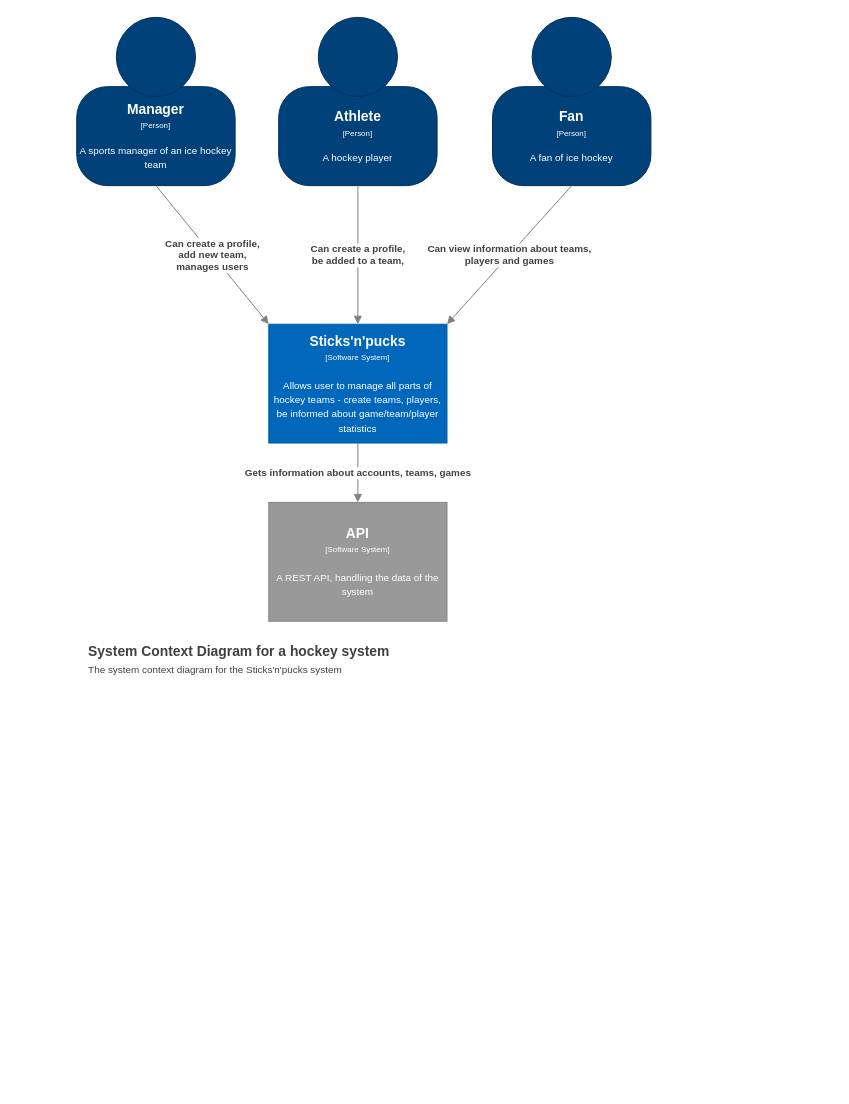
Before: page "Level 1: System Context diagram" (2 of 4) of Untitled Diagram.drawio in karinakozarova/Sticks-n-pucks-C4, a draw.io diagram. Source tidied: cells renumbered, new cells numbered last; positions are measured from the earlier drawing's top-left corner, leaving out a move shared by most shapes. Both pictures are drawn from the tidied source at 99%, with x=0, y=0 at pixel (76, 17).
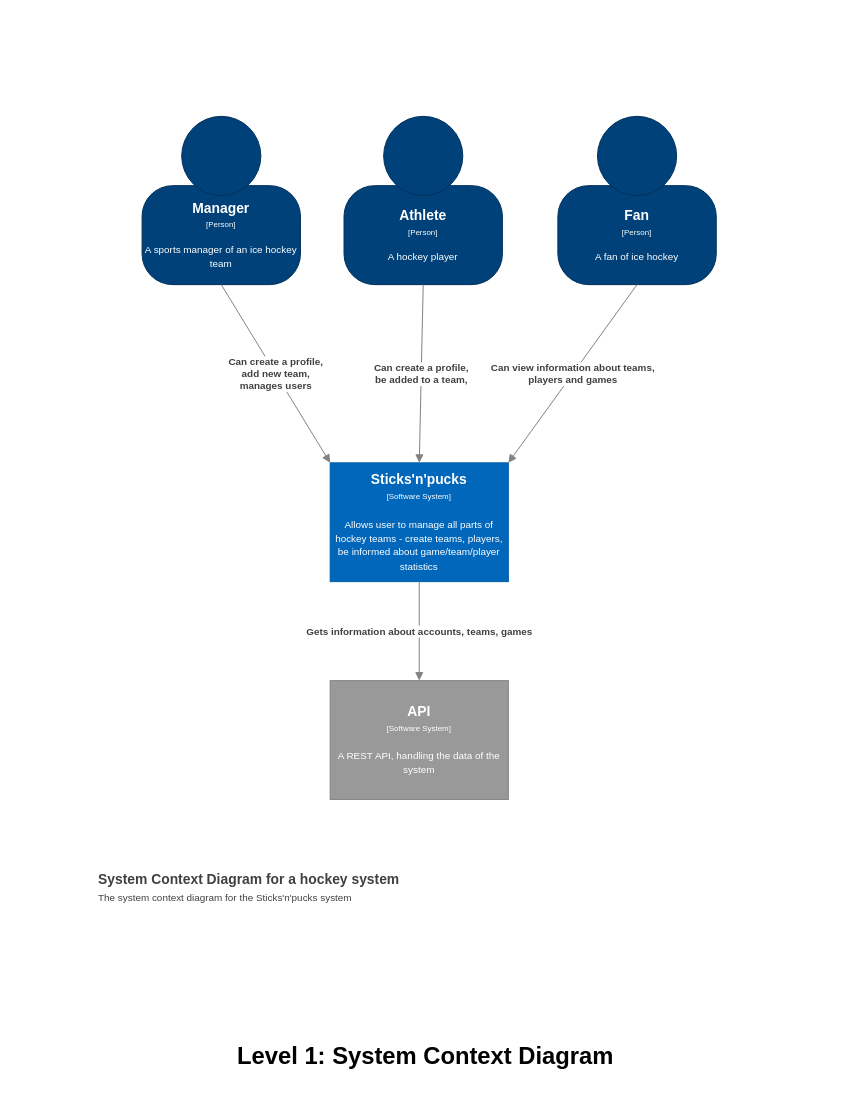
After the change.

The edit, as a diff of the source:
```diff
@@
 <mxGraphModel>
   <root>
     <mxCell id="0" />
     <mxCell id="1" parent="0" />
     <mxCell id="2" style="group;" parent="1" vertex="1">
-      <mxGeometry x="420" width="160" height="170" as="geometry" />
+      <mxGeometry x="486" y="100" width="160" height="170" as="geometry" />
     </mxCell>
     <mxCell id="3" value="&lt;div style=&quot;color: rgb(255 , 255 , 255) ; white-space: normal&quot;&gt;&lt;span style=&quot;font-size: 14px&quot;&gt;&lt;b&gt;Fan&lt;/b&gt;&lt;/span&gt;&lt;/div&gt;&lt;div style=&quot;color: rgb(255 , 255 , 255) ; white-space: normal&quot;&gt;&lt;span style=&quot;font-size: 8px&quot;&gt;[Person]&lt;/span&gt;&lt;br&gt;&lt;/div&gt;&lt;div style=&quot;color: rgb(255 , 255 , 255) ; white-space: normal ; font-size: 8px&quot;&gt;&lt;span style=&quot;font-size: x-small&quot;&gt;&lt;br&gt;&lt;/span&gt;&lt;/div&gt;&lt;div style=&quot;color: rgb(255 , 255 , 255) ; white-space: normal&quot;&gt;&lt;font size=&quot;1&quot;&gt;A fan of ice hockey&lt;/font&gt;&lt;/div&gt;" style="rounded=1;whiteSpace=wrap;html=1;strokeColor=#00315C;fillColor=#004179;fontColor=#000000;arcSize=31;" parent="2" vertex="1">
       <mxGeometry y="70" width="160" height="100" as="geometry" />
     </mxCell>
     <mxCell id="4" style="ellipse;whiteSpace=wrap;html=1;strokeColor=#00315C;fillColor=#004179;fontColor=#000000;" parent="2" vertex="1">
       <mxGeometry x="40" width="80" height="80" as="geometry" />
     </mxCell>
     <mxCell id="5" style="group;" parent="1" vertex="1">
-      <mxGeometry width="160" height="170" as="geometry" />
+      <mxGeometry x="66" y="100" width="160" height="170" as="geometry" />
     </mxCell>
     <mxCell id="6" value="&lt;div style=&quot;color: rgb(255 , 255 , 255) ; white-space: normal&quot;&gt;&lt;span style=&quot;font-size: 14px&quot;&gt;&lt;b&gt;Manager&lt;/b&gt;&lt;/span&gt;&lt;/div&gt;&lt;div style=&quot;color: rgb(255 , 255 , 255) ; white-space: normal&quot;&gt;&lt;span style=&quot;font-size: 8px&quot;&gt;[Person]&lt;/span&gt;&lt;br&gt;&lt;/div&gt;&lt;div style=&quot;color: rgb(255 , 255 , 255) ; white-space: normal ; font-size: 8px&quot;&gt;&lt;span style=&quot;font-size: x-small&quot;&gt;&lt;br&gt;&lt;/span&gt;&lt;/div&gt;&lt;div style=&quot;color: rgb(255 , 255 , 255) ; white-space: normal&quot;&gt;&lt;font size=&quot;1&quot;&gt;A sports manager of an ice hockey team&lt;/font&gt;&lt;/div&gt;" style="rounded=1;whiteSpace=wrap;html=1;strokeColor=#00315C;fillColor=#004179;fontColor=#000000;arcSize=31;" parent="5" vertex="1">
       <mxGeometry y="70" width="160" height="100" as="geometry" />
     </mxCell>
     <mxCell id="7" style="ellipse;whiteSpace=wrap;html=1;strokeColor=#00315C;fillColor=#004179;fontColor=#000000;" parent="5" vertex="1">
       <mxGeometry x="40" width="80" height="80" as="geometry" />
     </mxCell>
     <mxCell id="8" style="group;" parent="1" vertex="1">
-      <mxGeometry x="204" width="160" height="170" as="geometry" />
+      <mxGeometry x="270" y="100" width="160" height="170" as="geometry" />
     </mxCell>
     <mxCell id="9" value="&lt;div style=&quot;color: rgb(255 , 255 , 255) ; white-space: normal&quot;&gt;&lt;span style=&quot;font-size: 14px&quot;&gt;&lt;b&gt;Athlete&lt;/b&gt;&lt;/span&gt;&lt;/div&gt;&lt;div style=&quot;color: rgb(255 , 255 , 255) ; white-space: normal&quot;&gt;&lt;span style=&quot;font-size: 8px&quot;&gt;[Person]&lt;/span&gt;&lt;br&gt;&lt;/div&gt;&lt;div style=&quot;color: rgb(255 , 255 , 255) ; white-space: normal ; font-size: 8px&quot;&gt;&lt;span style=&quot;font-size: x-small&quot;&gt;&lt;br&gt;&lt;/span&gt;&lt;/div&gt;&lt;div style=&quot;color: rgb(255 , 255 , 255) ; white-space: normal&quot;&gt;&lt;font size=&quot;1&quot;&gt;A hockey player&lt;/font&gt;&lt;/div&gt;" style="rounded=1;whiteSpace=wrap;html=1;strokeColor=#00315C;fillColor=#004179;fontColor=#000000;arcSize=31;" parent="8" vertex="1">
       <mxGeometry y="70" width="160" height="100" as="geometry" />
     </mxCell>
     <mxCell id="10" style="ellipse;whiteSpace=wrap;html=1;strokeColor=#00315C;fillColor=#004179;fontColor=#000000;" parent="8" vertex="1">
       <mxGeometry x="40" width="80" height="80" as="geometry" />
     </mxCell>
     <mxCell id="11" value="&lt;div&gt;&lt;span style=&quot;font-size: 14px&quot;&gt;&lt;b&gt;Sticks'n'pucks&lt;/b&gt;&lt;/span&gt;&lt;/div&gt;&lt;div&gt;&lt;span style=&quot;font-size: 8px&quot;&gt;[Software System]&lt;/span&gt;&lt;br&gt;&lt;/div&gt;&lt;div&gt;&lt;span style=&quot;font-size: 8px&quot;&gt;&lt;br&gt;&lt;/span&gt;&lt;/div&gt;&lt;div&gt;&lt;font size=&quot;1&quot;&gt;Allows user to manage all parts of hockey teams - create teams, players, be informed about game/team/player statistics&lt;/font&gt;&lt;/div&gt;" style="rounded=0;whiteSpace=wrap;html=1;fillColor=#0067BA;fontColor=#FFFFFF;strokeColor=#005DA8;" parent="1" vertex="1">
-      <mxGeometry x="194" y="310" width="180" height="120" as="geometry" />
+      <mxGeometry x="256" y="450" width="180" height="120" as="geometry" />
     </mxCell>
     <mxCell id="12" value="&lt;div&gt;&lt;span style=&quot;font-size: 14px&quot;&gt;&lt;b&gt;API&lt;/b&gt;&lt;/span&gt;&lt;/div&gt;&lt;div&gt;&lt;span style=&quot;font-size: 8px&quot;&gt;[Software System&lt;/span&gt;&lt;span style=&quot;font-size: 8px&quot;&gt;]&lt;/span&gt;&lt;br&gt;&lt;/div&gt;&lt;div&gt;&lt;span style=&quot;font-size: 8px&quot;&gt;&lt;br&gt;&lt;/span&gt;&lt;/div&gt;&lt;div&gt;&lt;font size=&quot;1&quot;&gt;A REST API, handling the data of the system&lt;/font&gt;&lt;/div&gt;" style="rounded=0;whiteSpace=wrap;html=1;fillColor=#999999;fontColor=#FFFFFF;strokeColor=#828282;" parent="1" vertex="1">
-      <mxGeometry x="194" y="490" width="180" height="120" as="geometry" />
+      <mxGeometry x="256" y="670" width="180" height="120" as="geometry" />
     </mxCell>
     <mxCell id="13" value="System Context Diagram for a hockey system&lt;br&gt;&lt;span style=&quot;font-size: x-small ; font-weight: 400&quot;&gt;The system context diagram for the Sticks'n'pucks system&amp;nbsp;&lt;br&gt;&lt;br&gt;&lt;/span&gt;" style="text;html=1;align=left;verticalAlign=top;spacingTop=-4;fontSize=14;fontColor=#404040;fontStyle=1;" parent="1" vertex="1">
-      <mxGeometry x="10" y="630" width="320" height="50" as="geometry" />
+      <mxGeometry x="20" y="860" width="320" height="50" as="geometry" />
     </mxCell>
     <mxCell id="14" value="&lt;span style=&quot;font-size: 10px&quot;&gt;&lt;b&gt;Can view information about teams, &lt;br&gt;players and games&lt;/b&gt;&lt;br&gt;&lt;/span&gt;" style="endArrow=block;html=1;fontSize=10;fontColor=#404040;strokeWidth=1;endFill=1;strokeColor=#828282;elbow=vertical;exitX=0.5;exitY=1;exitDx=0;exitDy=0;entryX=1;entryY=0;entryDx=0;entryDy=0;" parent="1" edge="1" source="3" target="11">
       <mxGeometry relative="1" as="geometry" />
     </mxCell>
     <mxCell id="15" value="&lt;b&gt;Gets information about accounts, teams, games&lt;/b&gt;&lt;span style=&quot;font-size: 10px&quot;&gt;&lt;br&gt;&lt;/span&gt;" style="endArrow=block;html=1;fontSize=10;fontColor=#404040;strokeWidth=1;endFill=1;strokeColor=#828282;elbow=vertical;entryX=0.5;entryY=0;entryDx=0;entryDy=0;exitX=0.5;exitY=1;exitDx=0;exitDy=0;" parent="1" edge="1" source="11" target="12">
       <mxGeometry relative="1" as="geometry" />
     </mxCell>
     <mxCell id="16" value="&lt;span style=&quot;font-size: 10px&quot;&gt;&lt;b&gt;Can create a profile,&lt;br&gt;add new team,&lt;br&gt;manages users&lt;/b&gt;&lt;br&gt;&lt;/span&gt;" style="endArrow=block;html=1;fontSize=10;fontColor=#404040;strokeWidth=1;endFill=1;strokeColor=#828282;elbow=vertical;exitX=0.5;exitY=1;exitDx=0;exitDy=0;entryX=0;entryY=0;entryDx=0;entryDy=0;" parent="1" edge="1" source="6" target="11">
       <mxGeometry relative="1" as="geometry" />
     </mxCell>
     <mxCell id="17" value="&lt;b&gt;Can create a profile,&lt;br&gt;be added to a team,&lt;/b&gt;&lt;span style=&quot;font-size: 10px&quot;&gt;&lt;br&gt;&lt;/span&gt;" style="endArrow=block;html=1;fontSize=10;fontColor=#404040;strokeWidth=1;endFill=1;strokeColor=#828282;elbow=vertical;exitX=0.5;exitY=1;exitDx=0;exitDy=0;entryX=0.5;entryY=0;entryDx=0;entryDy=0;" parent="1" edge="1" source="9" target="11">
       <mxGeometry relative="1" as="geometry" />
     </mxCell>
+    <mxCell id="18" value="Level 1: System Context Diagram" style="text;strokeColor=none;fillColor=none;html=1;fontSize=24;fontStyle=1;verticalAlign=middle;align=center;" parent="1" vertex="1">
+      <mxGeometry x="-60" y="1020" width="824" height="60" as="geometry" />
+    </mxCell>
   </root>
 </mxGraphModel>
```
